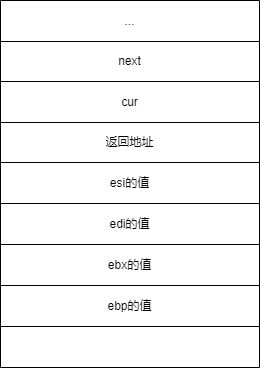
Before: OS/多线程调度.drawio.png, a diagram exported from draw.io (SixPlusAndTimes/drawio). Source tidied: cells renumbered, new cells last; positions are measured from the earlier drawing's top-left corner, leaving out a move shared by most shapes.
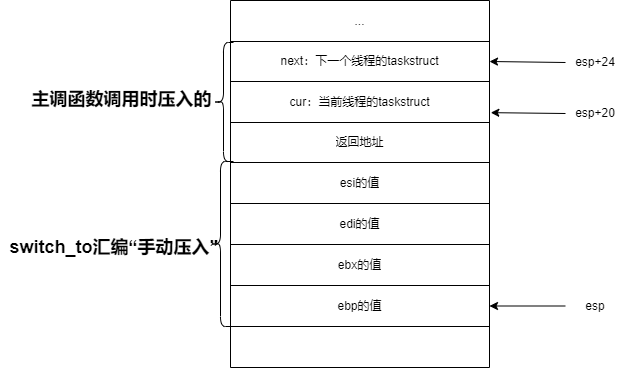
The same file after the commit.

Commit message:
Update 多线程调度.drawio.png

Change to the diagram source:
```diff
@@ -14,13 +14,13 @@
     <mxCell id="5" style="shape=tableRow;horizontal=0;startSize=0;swimlaneHead=0;swimlaneBody=0;top=0;left=0;bottom=0;right=0;fillColor=none;points=[[0,0.5],[1,0.5]];portConstraint=eastwest;" parent="2" vertex="1">
       <mxGeometry y="41" width="259" height="40" as="geometry" />
     </mxCell>
-    <mxCell id="6" value="next" style="shape=partialRectangle;html=1;whiteSpace=wrap;overflow=hidden;fillColor=none;top=0;left=0;bottom=0;right=0;" parent="5" vertex="1">
+    <mxCell id="6" value="next：下一个线程的taskstruct" style="shape=partialRectangle;html=1;whiteSpace=wrap;overflow=hidden;fillColor=none;top=0;left=0;bottom=0;right=0;" parent="5" vertex="1">
       <mxGeometry width="259" height="40" as="geometry" />
     </mxCell>
     <mxCell id="7" style="shape=tableRow;horizontal=0;startSize=0;swimlaneHead=0;swimlaneBody=0;top=0;left=0;bottom=0;right=0;fillColor=none;points=[[0,0.5],[1,0.5]];portConstraint=eastwest;" parent="2" vertex="1">
       <mxGeometry y="81" width="259" height="41" as="geometry" />
     </mxCell>
-    <mxCell id="8" value="cur" style="shape=partialRectangle;html=1;whiteSpace=wrap;overflow=hidden;fillColor=none;top=0;left=0;bottom=0;right=0;" parent="7" vertex="1">
+    <mxCell id="8" value="cur：当前线程的taskstruct" style="shape=partialRectangle;html=1;whiteSpace=wrap;overflow=hidden;fillColor=none;top=0;left=0;bottom=0;right=0;" parent="7" vertex="1">
       <mxGeometry width="259" height="41" as="geometry" />
     </mxCell>
     <mxCell id="9" style="shape=tableRow;horizontal=0;startSize=0;swimlaneHead=0;swimlaneBody=0;top=0;left=0;bottom=0;right=0;fillColor=none;" parent="2" vertex="1">
@@ -59,5 +59,35 @@
     <mxCell id="20" style="shape=partialRectangle;html=1;whiteSpace=wrap;overflow=hidden;fillColor=none;top=0;left=0;bottom=0;right=0;" parent="19" vertex="1">
       <mxGeometry width="259" height="41" as="geometry" />
     </mxCell>
+    <mxCell id="21" style="edgeStyle=orthogonalEdgeStyle;rounded=0;jettySize=auto;html=1;exitX=0;exitY=0.5;exitDx=0;exitDy=0;entryX=1;entryY=0.5;entryDx=0;entryDy=0;" parent="1" edge="1" source="22" target="17">
+      <mxGeometry relative="1" as="geometry" />
+    </mxCell>
+    <mxCell id="22" value="esp" style="text;html=1;strokeColor=none;fillColor=none;align=center;verticalAlign=middle;whiteSpace=wrap;rounded=0;" parent="1" vertex="1">
+      <mxGeometry x="335" y="290.5" width="60" height="30" as="geometry" />
+    </mxCell>
+    <mxCell id="23" style="rounded=0;jettySize=auto;html=1;exitX=0;exitY=0.5;exitDx=0;exitDy=0;entryX=1.005;entryY=0.76;entryDx=0;entryDy=0;entryPerimeter=0;" parent="1" edge="1" source="24" target="7">
+      <mxGeometry relative="1" as="geometry" />
+    </mxCell>
+    <mxCell id="24" value="esp+20" style="text;html=1;strokeColor=none;fillColor=none;align=center;verticalAlign=middle;whiteSpace=wrap;rounded=0;" parent="1" vertex="1">
+      <mxGeometry x="335" y="98" width="60" height="30" as="geometry" />
+    </mxCell>
+    <mxCell id="25" style="edgeStyle=none;rounded=0;jettySize=auto;html=1;exitX=0;exitY=0.5;exitDx=0;exitDy=0;entryX=1;entryY=0.5;entryDx=0;entryDy=0;" parent="1" edge="1" source="26" target="5">
+      <mxGeometry relative="1" as="geometry" />
+    </mxCell>
+    <mxCell id="26" value="esp+24" style="text;html=1;strokeColor=none;fillColor=none;align=center;verticalAlign=middle;whiteSpace=wrap;rounded=0;" parent="1" vertex="1">
+      <mxGeometry x="335" y="47" width="60" height="30" as="geometry" />
+    </mxCell>
+    <mxCell id="27" style="shape=curlyBracket;whiteSpace=wrap;html=1;rounded=1;size=0.5;" parent="1" vertex="1">
+      <mxGeometry x="-17" y="42" width="20" height="119" as="geometry" />
+    </mxCell>
+    <mxCell id="28" value="&lt;font style=&quot;font-size: 18px;&quot;&gt;主调函数调用时压入的&lt;/font&gt;" style="text;strokeColor=none;fillColor=none;html=1;fontSize=24;fontStyle=1;verticalAlign=middle;align=center;" parent="1" vertex="1">
+      <mxGeometry x="-159" y="77" width="100" height="40" as="geometry" />
+    </mxCell>
+    <mxCell id="29" style="shape=curlyBracket;whiteSpace=wrap;html=1;rounded=1;fontSize=18;" parent="1" vertex="1">
+      <mxGeometry x="-20" y="161" width="20" height="165" as="geometry" />
+    </mxCell>
+    <mxCell id="30" value="&lt;h3 style=&quot;box-sizing: border-box; break-after: avoid-page; break-inside: avoid; orphans: 4; margin: 1.6em auto 1.2em; position: relative; line-height: 1.43; cursor: text; padding-left: 9px; border-color: var(--focus-color); font-family: &amp;quot;Source Sans Pro&amp;quot;, &amp;quot;等距更纱黑体 SC&amp;quot;, &amp;quot;Helvetica Neue&amp;quot;, Arial, sans-serif; text-align: start;&quot; class=&quot;md-end-block md-heading md-focus&quot;&gt;&lt;span style=&quot;box-sizing: border-box;&quot; class=&quot;md-plain md-expand&quot;&gt;&lt;font style=&quot;font-size: 18px;&quot;&gt;switch_to汇编“手动压入”&lt;/font&gt;&lt;/span&gt;&lt;/h3&gt;" style="text;strokeColor=none;fillColor=none;html=1;fontSize=24;fontStyle=1;verticalAlign=middle;align=center;" parent="1" vertex="1">
+      <mxGeometry x="-171" y="218" width="100" height="40" as="geometry" />
+    </mxCell>
   </root>
 </mxGraphModel>
```
